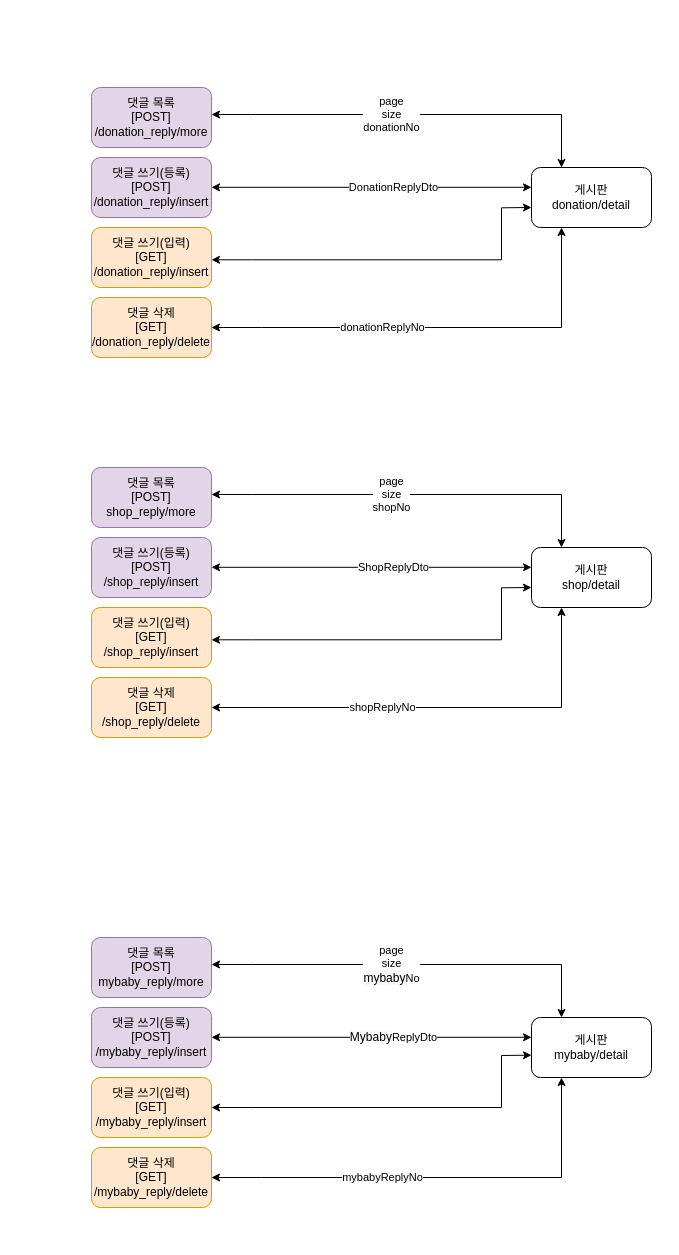
Earlier version of the draw.io diagram ttamna/document/플로우차트/동물의 집 재인 Reply.drawio (choihyunjoon1/ttamna). Source tidied: cells renumbered, new cells numbered last; positions are measured from the earlier drawing's top-left corner, leaving out a move shared by most shapes. Both pictures are drawn from the tidied source at 100%, with x=0, y=0 at pixel (91, 87).
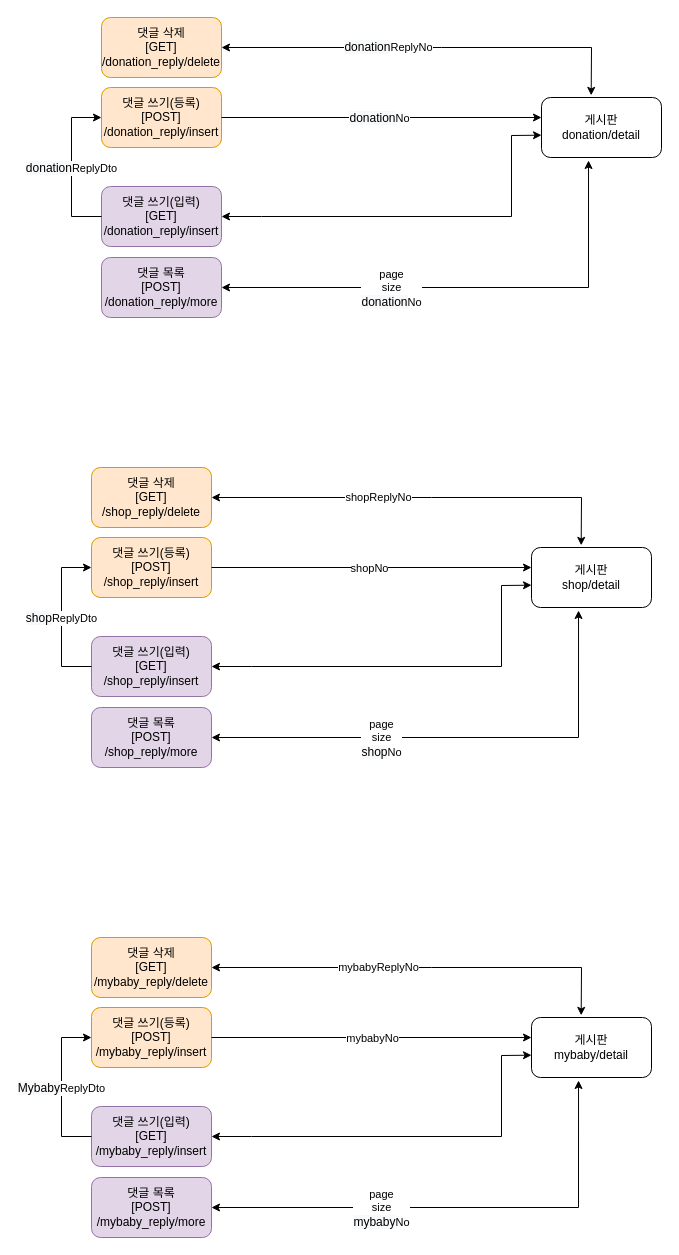
Above is the later version.

Commit message:
Added 동물의 집 재인 Reply.drawio

Unchanged cells that the change refers to:
```xml
<mxCell id="22" value="게시판&lt;br&gt;mybaby/detail" style="rounded=1;whiteSpace=wrap;html=1;" parent="1" vertex="1">
  <mxGeometry x="440" y="930" width="120" height="60" as="geometry" />
</mxCell>
```

What changed in the source:
```diff
@@
-    <mxCell id="2" value="게시판&lt;br&gt;donation/detail" style="rounded=1;whiteSpace=wrap;html=1;" parent="1" vertex="1">
-      <mxGeometry x="440" y="80" width="120" height="60" as="geometry" />
-    </mxCell>
-    <mxCell id="3" value="댓글 목록&lt;br&gt;[POST]&lt;br&gt;/donation_reply/more" style="rounded=1;whiteSpace=wrap;html=1;fillColor=#e1d5e7;strokeColor=#9673a6;" parent="1" vertex="1">
-      <mxGeometry width="120" height="60" as="geometry" />
-    </mxCell>
-    <mxCell id="4" value="댓글 쓰기(등록)&lt;br&gt;[POST]&lt;br&gt;/donation_reply/insert" style="rounded=1;whiteSpace=wrap;html=1;fillColor=#e1d5e7;strokeColor=#9673a6;" parent="1" vertex="1">
-      <mxGeometry y="70" width="120" height="60" as="geometry" />
-    </mxCell>
-    <mxCell id="5" value="댓글 삭제&lt;br&gt;[GET]&lt;br&gt;/donation_reply/delete" style="rounded=1;whiteSpace=wrap;html=1;fillColor=#ffe6cc;strokeColor=#d79b00;" parent="1" vertex="1">
-      <mxGeometry y="210" width="120" height="60" as="geometry" />
-    </mxCell>
-    <mxCell id="6" value="donationReplyNo" style="endArrow=classic;startArrow=classic;html=1;rounded=0;exitX=1;exitY=0.5;exitDx=0;exitDy=0;entryX=0.25;entryY=1;entryDx=0;entryDy=0;" parent="1" edge="1" source="5" target="2">
-      <mxGeometry x="-0.24" relative="1" as="geometry">
-        <Array as="points">
-          <mxPoint x="170" y="240" />
-          <mxPoint x="470" y="240" />
-        </Array>
-      </mxGeometry>
-    </mxCell>
-    <mxCell id="7" value="댓글 쓰기(입력)&lt;br&gt;[GET]&lt;br&gt;/donation_reply/insert" style="whiteSpace=wrap;html=1;rounded=1;fillColor=#ffe6cc;strokeColor=#d79b00;" parent="1" vertex="1">
-      <mxGeometry y="140" width="120" height="60" as="geometry" />
-    </mxCell>
-    <mxCell id="8" style="endArrow=classic;startArrow=classic;html=1;rounded=0;entryX=0.25;entryY=0;entryDx=0;entryDy=0;exitX=1;exitY=0.5;exitDx=0;exitDy=0;" parent="1" edge="1" target="2">
-      <mxGeometry relative="1" as="geometry">
-        <mxPoint x="120" y="27" as="sourcePoint" />
-        <Array as="points">
-          <mxPoint x="160" y="27" />
-          <mxPoint x="470" y="27" />
-        </Array>
-      </mxGeometry>
-    </mxCell>
-    <mxCell id="9" value="page&lt;br&gt;size&lt;br&gt;donationNo" style="edgeLabel;html=1;align=center;verticalAlign=middle;" parent="8" vertex="1">
-      <mxGeometry x="0.43" y="1" relative="1" as="geometry">
-        <mxPoint x="-109" as="offset" />
-      </mxGeometry>
-    </mxCell>
-    <mxCell id="10" style="endArrow=classic;startArrow=classic;html=1;rounded=0;" parent="1" edge="1">
-      <mxGeometry relative="1" as="geometry">
-        <mxPoint x="120" y="99.8" as="sourcePoint" />
-        <mxPoint x="440" y="99.8" as="targetPoint" />
-      </mxGeometry>
-    </mxCell>
-    <mxCell id="11" value="DonationReplyDto" style="edgeLabel;html=1;align=center;verticalAlign=middle;" parent="10" vertex="1">
-      <mxGeometry x="0.36" relative="1" as="geometry">
-        <mxPoint x="-37" as="offset" />
-      </mxGeometry>
-    </mxCell>
-    <mxCell id="12" value="게시판&lt;br&gt;shop/detail" style="rounded=1;whiteSpace=wrap;html=1;" parent="1" vertex="1">
-      <mxGeometry x="440" y="460" width="120" height="60" as="geometry" />
-    </mxCell>
-    <mxCell id="13" value="댓글 목록&lt;br&gt;[POST]&lt;br&gt;shop_reply/more" style="rounded=1;whiteSpace=wrap;html=1;fillColor=#e1d5e7;strokeColor=#9673a6;" parent="1" vertex="1">
-      <mxGeometry y="380" width="120" height="60" as="geometry" />
-    </mxCell>
-    <mxCell id="14" value="댓글 쓰기(등록)&lt;br&gt;[POST]&lt;br&gt;/shop_reply/insert" style="rounded=1;whiteSpace=wrap;html=1;fillColor=#e1d5e7;strokeColor=#9673a6;" parent="1" vertex="1">
-      <mxGeometry y="450" width="120" height="60" as="geometry" />
-    </mxCell>
-    <mxCell id="15" value="댓글 삭제&lt;br&gt;[GET]&lt;br&gt;/shop_reply/delete" style="rounded=1;whiteSpace=wrap;html=1;fillColor=#ffe6cc;strokeColor=#d79b00;" parent="1" vertex="1">
-      <mxGeometry y="590" width="120" height="60" as="geometry" />
-    </mxCell>
-    <mxCell id="16" value="shopReplyNo" style="endArrow=classic;startArrow=classic;html=1;rounded=0;exitX=1;exitY=0.5;exitDx=0;exitDy=0;entryX=0.25;entryY=1;entryDx=0;entryDy=0;" parent="1" edge="1" source="15" target="12">
-      <mxGeometry x="-0.24" relative="1" as="geometry">
-        <Array as="points">
-          <mxPoint x="170" y="620" />
-          <mxPoint x="470" y="620" />
-        </Array>
-      </mxGeometry>
-    </mxCell>
-    <mxCell id="17" value="댓글 쓰기(입력)&lt;br&gt;[GET]&lt;br&gt;/shop_reply/insert" style="whiteSpace=wrap;html=1;rounded=1;fillColor=#ffe6cc;strokeColor=#d79b00;" parent="1" vertex="1">
-      <mxGeometry y="520" width="120" height="60" as="geometry" />
-    </mxCell>
-    <mxCell id="18" style="endArrow=classic;startArrow=classic;html=1;rounded=0;entryX=0.25;entryY=0;entryDx=0;entryDy=0;exitX=1;exitY=0.5;exitDx=0;exitDy=0;" parent="1" edge="1" target="12">
-      <mxGeometry relative="1" as="geometry">
-        <mxPoint x="120" y="407" as="sourcePoint" />
-        <Array as="points">
-          <mxPoint x="160" y="407" />
-          <mxPoint x="470" y="407" />
-        </Array>
-      </mxGeometry>
-    </mxCell>
-    <mxCell id="19" value="page&lt;br&gt;size&lt;br&gt;shopNo" style="edgeLabel;html=1;align=center;verticalAlign=middle;" parent="18" vertex="1">
-      <mxGeometry x="0.43" y="1" relative="1" as="geometry">
-        <mxPoint x="-109" as="offset" />
-      </mxGeometry>
-    </mxCell>
-    <mxCell id="20" style="endArrow=classic;startArrow=classic;html=1;rounded=0;" parent="1" edge="1">
-      <mxGeometry relative="1" as="geometry">
-        <mxPoint x="120" y="479.8" as="sourcePoint" />
-        <mxPoint x="440" y="479.8" as="targetPoint" />
-      </mxGeometry>
-    </mxCell>
-    <mxCell id="21" value="ShopReplyDto" style="edgeLabel;html=1;align=center;verticalAlign=middle;" parent="20" vertex="1">
-      <mxGeometry x="0.36" relative="1" as="geometry">
-        <mxPoint x="-37" as="offset" />
-      </mxGeometry>
-    </mxCell>
@@
-    <mxCell id="23" value="댓글 목록&lt;br&gt;[POST]&lt;br&gt;mybaby_reply/more" style="rounded=1;whiteSpace=wrap;html=1;fillColor=#e1d5e7;strokeColor=#9673a6;" parent="1" vertex="1">
-      <mxGeometry y="850" width="120" height="60" as="geometry" />
+    <mxCell id="23" value="댓글 목록&lt;br&gt;[POST]&lt;br&gt;/mybaby_reply/more" style="rounded=1;whiteSpace=wrap;html=1;fillColor=#e1d5e7;strokeColor=#9673a6;" parent="1" vertex="1">
+      <mxGeometry y="1090" width="120" height="60" as="geometry" />
     </mxCell>
-    <mxCell id="24" value="댓글 쓰기(등록)&lt;br&gt;[POST]&lt;br&gt;/mybaby_reply/insert" style="rounded=1;whiteSpace=wrap;html=1;fillColor=#e1d5e7;strokeColor=#9673a6;" parent="1" vertex="1">
+    <mxCell id="24" value="댓글 쓰기(등록)&lt;br&gt;[POST]&lt;br&gt;/mybaby_reply/insert" style="rounded=1;whiteSpace=wrap;html=1;fillColor=#ffe6cc;strokeColor=#d79b00;" parent="1" vertex="1">
       <mxGeometry y="920" width="120" height="60" as="geometry" />
     </mxCell>
     <mxCell id="25" value="댓글 삭제&lt;br&gt;[GET]&lt;br&gt;/mybaby_reply/delete" style="rounded=1;whiteSpace=wrap;html=1;fillColor=#ffe6cc;strokeColor=#d79b00;" parent="1" vertex="1">
-      <mxGeometry y="1060" width="120" height="60" as="geometry" />
+      <mxGeometry y="850" width="120" height="60" as="geometry" />
     </mxCell>
-    <mxCell id="26" value="mybabyReplyNo" style="endArrow=classic;startArrow=classic;html=1;rounded=0;exitX=1;exitY=0.5;exitDx=0;exitDy=0;entryX=0.25;entryY=1;entryDx=0;entryDy=0;" parent="1" edge="1" source="25" target="22">
-      <mxGeometry x="-0.24" relative="1" as="geometry">
+    <mxCell id="26" value="mybabyReplyNo" style="endArrow=classic;startArrow=classic;html=1;rounded=0;exitX=1;exitY=0.5;exitDx=0;exitDy=0;entryX=0.414;entryY=-0.036;entryDx=0;entryDy=0;entryPerimeter=0;" parent="1" edge="1" source="25" target="22">
+      <mxGeometry x="-0.2" relative="1" as="geometry">
         <Array as="points">
-          <mxPoint x="170" y="1090" />
-          <mxPoint x="470" y="1090" />
+          <mxPoint x="340" y="880" />
+          <mxPoint x="490" y="880" />
         </Array>
       </mxGeometry>
     </mxCell>
-    <mxCell id="27" value="댓글 쓰기(입력)&lt;br&gt;[GET]&lt;br&gt;/mybaby_reply/insert" style="whiteSpace=wrap;html=1;rounded=1;fillColor=#ffe6cc;strokeColor=#d79b00;" parent="1" vertex="1">
-      <mxGeometry y="990" width="120" height="60" as="geometry" />
+    <mxCell id="27" value="댓글 쓰기(입력)&lt;br&gt;[GET]&lt;br&gt;/mybaby_reply/insert" style="whiteSpace=wrap;html=1;rounded=1;fillColor=#e1d5e7;strokeColor=#9673a6;" parent="1" vertex="1">
+      <mxGeometry y="1019" width="120" height="60" as="geometry" />
     </mxCell>
     <mxCell id="28" style="endArrow=classic;startArrow=classic;html=1;rounded=0;exitX=1;exitY=0.5;exitDx=0;exitDy=0;entryX=0;entryY=0.628;entryDx=0;entryDy=0;entryPerimeter=0;" parent="1" edge="1" source="27" target="22">
       <mxGeometry relative="1" as="geometry">
         <Array as="points">
-          <mxPoint x="160" y="1020" />
-          <mxPoint x="410" y="1020" />
+          <mxPoint x="160" y="1049" />
+          <mxPoint x="410" y="1049" />
           <mxPoint x="410" y="968" />
         </Array>
       </mxGeometry>
     </mxCell>
-    <mxCell id="29" style="endArrow=classic;startArrow=classic;html=1;rounded=0;entryX=0.25;entryY=0;entryDx=0;entryDy=0;exitX=1;exitY=0.5;exitDx=0;exitDy=0;" parent="1" edge="1" target="22">
+    <mxCell id="29" style="endArrow=classic;startArrow=classic;html=1;rounded=0;entryX=0.392;entryY=1.05;entryDx=0;entryDy=0;exitX=1;exitY=0.5;exitDx=0;exitDy=0;entryPerimeter=0;" parent="1" edge="1" source="23" target="22">
       <mxGeometry relative="1" as="geometry">
-        <mxPoint x="120" y="877" as="sourcePoint" />
         <Array as="points">
-          <mxPoint x="160" y="877" />
-          <mxPoint x="470" y="877" />
+          <mxPoint x="487" y="1120" />
         </Array>
       </mxGeometry>
     </mxCell>
     <mxCell id="30" value="page&lt;br&gt;size&lt;br&gt;&lt;span style=&quot;font-size: 12px ; background-color: rgb(248 , 249 , 250)&quot;&gt;mybaby&lt;/span&gt;No" style="edgeLabel;html=1;align=center;verticalAlign=middle;" parent="29" vertex="1">
       <mxGeometry x="0.43" y="1" relative="1" as="geometry">
-        <mxPoint x="-109" as="offset" />
+        <mxPoint x="-184" y="1" as="offset" />
       </mxGeometry>
     </mxCell>
-    <mxCell id="31" style="endArrow=classic;startArrow=classic;html=1;rounded=0;" parent="1" edge="1">
-      <mxGeometry relative="1" as="geometry">
-        <mxPoint x="120" y="949.8" as="sourcePoint" />
-        <mxPoint x="440" y="949.8" as="targetPoint" />
-      </mxGeometry>
-    </mxCell>
+    <mxCell id="35" style="endArrow=classic;html=1;rounded=0;exitX=0;exitY=0.5;exitDx=0;exitDy=0;entryX=0;entryY=0.5;entryDx=0;entryDy=0;" parent="1" edge="1" source="27" target="24">
+      <mxGeometry relative="1" as="geometry">
+        <Array as="points">
+          <mxPoint x="-30" y="1049" />
+          <mxPoint x="-30" y="950" />
+        </Array>
+      </mxGeometry>
+    </mxCell>
-    <mxCell id="32" value="&lt;span style=&quot;font-size: 12px ; background-color: rgb(248 , 249 , 250)&quot;&gt;Mybaby&lt;/span&gt;ReplyDto" style="edgeLabel;html=1;align=center;verticalAlign=middle;" parent="31" vertex="1">
-      <mxGeometry x="0.36" relative="1" as="geometry">
-        <mxPoint x="-37" as="offset" />
+    <mxCell id="32" value="&lt;span style=&quot;font-size: 12px ; background-color: rgb(248 , 249 , 250)&quot;&gt;Mybaby&lt;/span&gt;ReplyDto" style="edgeLabel;html=1;align=center;verticalAlign=middle;" parent="35" vertex="1">
+      <mxGeometry x="-0.18" y="1" relative="1" as="geometry">
+        <mxPoint y="-14" as="offset" />
       </mxGeometry>
     </mxCell>
-    <mxCell id="33" style="endArrow=classic;startArrow=classic;html=1;rounded=0;exitX=1;exitY=0.5;exitDx=0;exitDy=0;entryX=0;entryY=0.628;entryDx=0;entryDy=0;entryPerimeter=0;" parent="1" edge="1">
-      <mxGeometry relative="1" as="geometry">
-        <mxPoint x="120" y="552.3" as="sourcePoint" />
-        <mxPoint x="440" y="500" as="targetPoint" />
-        <Array as="points">
-          <mxPoint x="160" y="552.3" />
-          <mxPoint x="410" y="552.3" />
-          <mxPoint x="410" y="500.3" />
-        </Array>
-      </mxGeometry>
-    </mxCell>
-    <mxCell id="34" style="endArrow=classic;startArrow=classic;html=1;rounded=0;exitX=1;exitY=0.5;exitDx=0;exitDy=0;entryX=0;entryY=0.628;entryDx=0;entryDy=0;entryPerimeter=0;" parent="1" edge="1">
-      <mxGeometry relative="1" as="geometry">
-        <mxPoint x="120" y="172.3" as="sourcePoint" />
-        <mxPoint x="440" y="120" as="targetPoint" />
-        <Array as="points">
-          <mxPoint x="160" y="172.3" />
-          <mxPoint x="410" y="172.3" />
-          <mxPoint x="410" y="120.3" />
-        </Array>
-      </mxGeometry>
-    </mxCell>
+    <mxCell id="36" style="endArrow=classic;html=1;rounded=0;" parent="1" edge="1">
+      <mxGeometry relative="1" as="geometry">
+        <mxPoint x="120" y="950" as="sourcePoint" />
+        <mxPoint x="440" y="950" as="targetPoint" />
+      </mxGeometry>
+    </mxCell>
+    <mxCell id="37" value="mybabyNo" style="edgeLabel;html=1;align=center;verticalAlign=middle;" parent="36" vertex="1">
+      <mxGeometry x="-0.08" y="-3" relative="1" as="geometry">
+        <mxPoint x="13" y="-3" as="offset" />
+      </mxGeometry>
+    </mxCell>
+    <mxCell id="12" value="게시판&lt;br&gt;shop/detail" style="rounded=1;whiteSpace=wrap;html=1;" parent="1" vertex="1">
+      <mxGeometry x="440" y="460" width="120" height="60" as="geometry" />
+    </mxCell>
+    <mxCell id="38" value="댓글 목록&lt;br&gt;[POST]&lt;br&gt;/shop_reply/more" style="rounded=1;whiteSpace=wrap;html=1;fillColor=#e1d5e7;strokeColor=#9673a6;" parent="1" vertex="1">
+      <mxGeometry y="620" width="120" height="60" as="geometry" />
+    </mxCell>
+    <mxCell id="14" value="댓글 쓰기(등록)&lt;br&gt;[POST]&lt;br&gt;/shop_reply/insert" style="rounded=1;whiteSpace=wrap;html=1;fillColor=#ffe6cc;strokeColor=#d79b00;" parent="1" vertex="1">
+      <mxGeometry y="450" width="120" height="60" as="geometry" />
+    </mxCell>
+    <mxCell id="15" value="댓글 삭제&lt;br&gt;[GET]&lt;br&gt;/shop_reply/delete" style="rounded=1;whiteSpace=wrap;html=1;fillColor=#ffe6cc;strokeColor=#d79b00;" parent="1" vertex="1">
+      <mxGeometry y="380" width="120" height="60" as="geometry" />
+    </mxCell>
+    <mxCell id="16" value="shopReplyNo" style="endArrow=classic;startArrow=classic;html=1;rounded=0;exitX=1;exitY=0.5;exitDx=0;exitDy=0;entryX=0.414;entryY=-0.036;entryDx=0;entryDy=0;entryPerimeter=0;" parent="1" edge="1" source="15" target="12">
+      <mxGeometry x="-0.2" relative="1" as="geometry">
+        <Array as="points">
+          <mxPoint x="340" y="410" />
+          <mxPoint x="490" y="410" />
+        </Array>
+      </mxGeometry>
+    </mxCell>
+    <mxCell id="17" value="댓글 쓰기(입력)&lt;br&gt;[GET]&lt;br&gt;/shop_reply/insert" style="whiteSpace=wrap;html=1;rounded=1;fillColor=#e1d5e7;strokeColor=#9673a6;" parent="1" vertex="1">
+      <mxGeometry y="549" width="120" height="60" as="geometry" />
+    </mxCell>
+    <mxCell id="39" style="endArrow=classic;startArrow=classic;html=1;rounded=0;exitX=1;exitY=0.5;exitDx=0;exitDy=0;entryX=0;entryY=0.628;entryDx=0;entryDy=0;entryPerimeter=0;" parent="1" edge="1" source="17" target="12">
+      <mxGeometry relative="1" as="geometry">
+        <Array as="points">
+          <mxPoint x="160" y="579" />
+          <mxPoint x="410" y="579" />
+          <mxPoint x="410" y="498" />
+        </Array>
+      </mxGeometry>
+    </mxCell>
+    <mxCell id="40" style="endArrow=classic;startArrow=classic;html=1;rounded=0;entryX=0.392;entryY=1.05;entryDx=0;entryDy=0;exitX=1;exitY=0.5;exitDx=0;exitDy=0;entryPerimeter=0;" parent="1" edge="1" source="38" target="12">
+      <mxGeometry relative="1" as="geometry">
+        <Array as="points">
+          <mxPoint x="487" y="650" />
+        </Array>
+      </mxGeometry>
+    </mxCell>
+    <mxCell id="41" value="page&lt;br&gt;size&lt;br&gt;&lt;span style=&quot;font-size: 12px ; background-color: rgb(248 , 249 , 250)&quot;&gt;shop&lt;/span&gt;No" style="edgeLabel;html=1;align=center;verticalAlign=middle;" parent="40" vertex="1">
+      <mxGeometry x="0.43" y="1" relative="1" as="geometry">
+        <mxPoint x="-184" y="1" as="offset" />
+      </mxGeometry>
+    </mxCell>
+    <mxCell id="42" style="endArrow=classic;html=1;rounded=0;exitX=0;exitY=0.5;exitDx=0;exitDy=0;entryX=0;entryY=0.5;entryDx=0;entryDy=0;" parent="1" edge="1" source="17" target="14">
+      <mxGeometry relative="1" as="geometry">
+        <Array as="points">
+          <mxPoint x="-30" y="579" />
+          <mxPoint x="-30" y="480" />
+        </Array>
+      </mxGeometry>
+    </mxCell>
+    <mxCell id="43" value="&lt;span style=&quot;font-size: 12px ; background-color: rgb(248 , 249 , 250)&quot;&gt;shop&lt;/span&gt;ReplyDto" style="edgeLabel;html=1;align=center;verticalAlign=middle;" parent="42" vertex="1">
+      <mxGeometry x="-0.18" y="1" relative="1" as="geometry">
+        <mxPoint y="-14" as="offset" />
+      </mxGeometry>
+    </mxCell>
+    <mxCell id="44" style="endArrow=classic;html=1;rounded=0;" parent="1" edge="1">
+      <mxGeometry relative="1" as="geometry">
+        <mxPoint x="120" y="480" as="sourcePoint" />
+        <mxPoint x="440" y="480" as="targetPoint" />
+      </mxGeometry>
+    </mxCell>
+    <mxCell id="45" value="shopNo" style="edgeLabel;html=1;align=center;verticalAlign=middle;" parent="44" vertex="1">
+      <mxGeometry x="-0.08" y="2" relative="1" as="geometry">
+        <mxPoint x="10" y="2" as="offset" />
+      </mxGeometry>
+    </mxCell>
+    <mxCell id="2" value="게시판&lt;br&gt;donation/detail" style="rounded=1;whiteSpace=wrap;html=1;" parent="1" vertex="1">
+      <mxGeometry x="450" y="10" width="120" height="60" as="geometry" />
+    </mxCell>
+    <mxCell id="3" value="댓글 목록&lt;br&gt;[POST]&lt;br&gt;/donation_reply/more" style="rounded=1;whiteSpace=wrap;html=1;fillColor=#e1d5e7;strokeColor=#9673a6;" parent="1" vertex="1">
+      <mxGeometry x="10" y="170" width="120" height="60" as="geometry" />
+    </mxCell>
+    <mxCell id="4" value="댓글 쓰기(등록)&lt;br&gt;[POST]&lt;br&gt;/donation_reply/insert" style="rounded=1;whiteSpace=wrap;html=1;fillColor=#ffe6cc;strokeColor=#d79b00;" parent="1" vertex="1">
+      <mxGeometry x="10" width="120" height="60" as="geometry" />
+    </mxCell>
+    <mxCell id="5" value="댓글 삭제&lt;br&gt;[GET]&lt;br&gt;/donation_reply/delete" style="rounded=1;whiteSpace=wrap;html=1;fillColor=#ffe6cc;strokeColor=#d79b00;" parent="1" vertex="1">
+      <mxGeometry x="10" y="-70" width="120" height="60" as="geometry" />
+    </mxCell>
+    <mxCell id="6" value="&lt;span style=&quot;font-size: 12px ; background-color: rgb(248 , 249 , 250)&quot;&gt;donation&lt;/span&gt;ReplyNo" style="endArrow=classic;startArrow=classic;html=1;rounded=0;exitX=1;exitY=0.5;exitDx=0;exitDy=0;entryX=0.414;entryY=-0.036;entryDx=0;entryDy=0;entryPerimeter=0;" parent="1" edge="1" source="5" target="2">
+      <mxGeometry x="-0.2" relative="1" as="geometry">
+        <Array as="points">
+          <mxPoint x="350" y="-40" />
+          <mxPoint x="500" y="-40" />
+        </Array>
+      </mxGeometry>
+    </mxCell>
+    <mxCell id="7" value="댓글 쓰기(입력)&lt;br&gt;[GET]&lt;br&gt;/donation_reply/insert" style="whiteSpace=wrap;html=1;rounded=1;fillColor=#e1d5e7;strokeColor=#9673a6;" parent="1" vertex="1">
+      <mxGeometry x="10" y="99" width="120" height="60" as="geometry" />
+    </mxCell>
+    <mxCell id="46" style="endArrow=classic;startArrow=classic;html=1;rounded=0;exitX=1;exitY=0.5;exitDx=0;exitDy=0;entryX=0;entryY=0.628;entryDx=0;entryDy=0;entryPerimeter=0;" parent="1" edge="1" source="7" target="2">
+      <mxGeometry relative="1" as="geometry">
+        <Array as="points">
+          <mxPoint x="170" y="129" />
+          <mxPoint x="420" y="129" />
+          <mxPoint x="420" y="48" />
+        </Array>
+      </mxGeometry>
+    </mxCell>
+    <mxCell id="47" style="endArrow=classic;startArrow=classic;html=1;rounded=0;entryX=0.392;entryY=1.05;entryDx=0;entryDy=0;exitX=1;exitY=0.5;exitDx=0;exitDy=0;entryPerimeter=0;" parent="1" edge="1" source="3" target="2">
+      <mxGeometry relative="1" as="geometry">
+        <Array as="points">
+          <mxPoint x="497" y="200" />
+        </Array>
+      </mxGeometry>
+    </mxCell>
+    <mxCell id="48" value="page&lt;br&gt;size&lt;br&gt;&lt;span style=&quot;font-size: 12px ; background-color: rgb(248 , 249 , 250)&quot;&gt;donation&lt;/span&gt;No" style="edgeLabel;html=1;align=center;verticalAlign=middle;" parent="47" vertex="1">
+      <mxGeometry x="0.43" y="1" relative="1" as="geometry">
+        <mxPoint x="-184" y="1" as="offset" />
+      </mxGeometry>
+    </mxCell>
+    <mxCell id="49" style="endArrow=classic;html=1;rounded=0;exitX=0;exitY=0.5;exitDx=0;exitDy=0;entryX=0;entryY=0.5;entryDx=0;entryDy=0;" parent="1" edge="1" source="7" target="4">
+      <mxGeometry relative="1" as="geometry">
+        <Array as="points">
+          <mxPoint x="-20" y="129" />
+          <mxPoint x="-20" y="30" />
+        </Array>
+      </mxGeometry>
+    </mxCell>
+    <mxCell id="50" value="&lt;span style=&quot;font-size: 12px ; background-color: rgb(248 , 249 , 250)&quot;&gt;donation&lt;/span&gt;ReplyDto" style="edgeLabel;html=1;align=center;verticalAlign=middle;" parent="49" vertex="1">
+      <mxGeometry x="-0.18" y="1" relative="1" as="geometry">
+        <mxPoint y="-14" as="offset" />
+      </mxGeometry>
+    </mxCell>
+    <mxCell id="51" style="endArrow=classic;html=1;rounded=0;" parent="1" edge="1">
+      <mxGeometry relative="1" as="geometry">
+        <mxPoint x="130" y="30" as="sourcePoint" />
+        <mxPoint x="450" y="30" as="targetPoint" />
+      </mxGeometry>
+    </mxCell>
+    <mxCell id="52" value="&lt;span style=&quot;font-size: 12px ; background-color: rgb(248 , 249 , 250)&quot;&gt;donation&lt;/span&gt;No" style="edgeLabel;html=1;align=center;verticalAlign=middle;" parent="51" vertex="1">
+      <mxGeometry x="-0.08" y="2" relative="1" as="geometry">
+        <mxPoint x="10" y="2" as="offset" />
+      </mxGeometry>
+    </mxCell>
```
